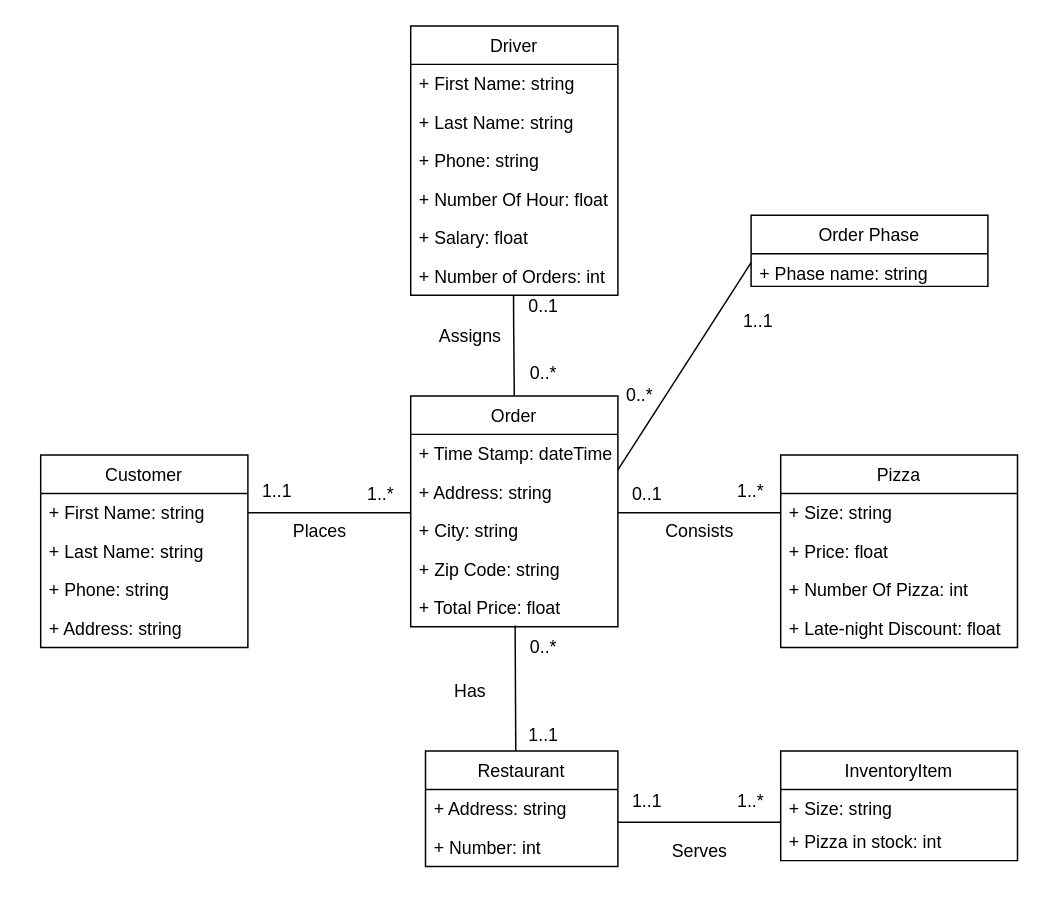
Earlier version of the draw.io diagram page "UML" (1 of 4) of Project01.drawio (thanhnguyen210299/CSULB-CECS-323). Source tidied: cells renumbered, new cells numbered last; positions are measured from the earlier drawing's top-left corner, leaving out a move shared by most shapes. Both pictures are drawn from the tidied source at 148%, with x=0, y=0 at pixel (40, 25).
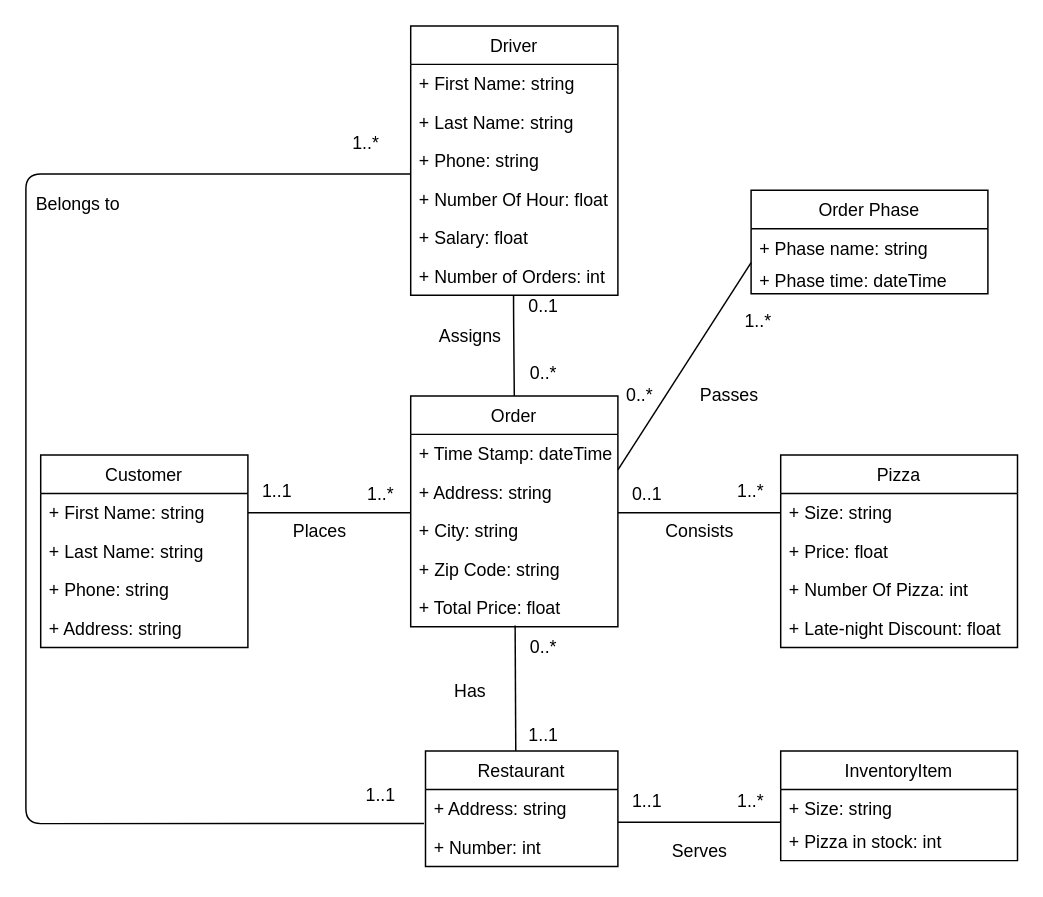
Above is the later version.

Unchanged cells that the change refers to:
```xml
<mxCell id="41" value="+ Number: int" style="text;strokeColor=none;fillColor=none;align=left;verticalAlign=top;spacingLeft=4;spacingRight=4;overflow=hidden;points=[[0,0.5],[1,0.5]];portConstraint=eastwest;" parent="39" vertex="1">
  <mxGeometry y="52" width="130" height="26" as="geometry" />
</mxCell>
```

The edit, as a diff of the source:
```diff
@@
     <mxCell id="52" value="Order Phase" style="swimlane;fontStyle=0;horizontal=1;startSize=26;fillColor=none;" parent="1" vertex="1">
-      <mxGeometry x="480" y="128" width="160" height="48" as="geometry" />
+      <mxGeometry x="480" y="111" width="160" height="70" as="geometry" />
     </mxCell>
@@
+    <mxCell id="56" value="+ Phase time: dateTime" style="text;strokeColor=none;fillColor=none;align=left;verticalAlign=top;spacingLeft=4;spacingRight=4;overflow=hidden;" parent="52" vertex="1">
+      <mxGeometry y="48" width="160" height="22" as="geometry" />
+    </mxCell>
@@
-    <mxCell id="55" value="1..1" style="text;html=1;strokeColor=none;fillColor=none;align=center;verticalAlign=middle;whiteSpace=wrap;rounded=0;" parent="1" vertex="1">
+    <mxCell id="55" value="1..*" style="text;html=1;strokeColor=none;fillColor=none;align=center;verticalAlign=middle;whiteSpace=wrap;rounded=0;" parent="1" vertex="1">
       <mxGeometry x="465" y="190" width="40" height="20" as="geometry" />
     </mxCell>
+    <mxCell id="57" value="Passes" style="text;html=1;align=center;verticalAlign=middle;strokeColor=none;fillColor=none;" parent="1" vertex="1">
+      <mxGeometry x="440" y="240" width="50" height="20" as="geometry" />
+    </mxCell>
+    <mxCell id="58" style="endArrow=none;html=1;exitX=-0.008;exitY=-0.12;exitDx=0;exitDy=0;exitPerimeter=0;" parent="1" edge="1" source="41">
+      <mxGeometry relative="1" as="geometry">
+        <mxPoint x="250" y="100" as="targetPoint" />
+        <Array as="points">
+          <mxPoint x="-10" y="539" />
+          <mxPoint x="-10" y="100" />
+        </Array>
+      </mxGeometry>
+    </mxCell>
+    <mxCell id="59" value="1..*" style="text;html=1;strokeColor=none;fillColor=none;align=center;verticalAlign=middle;whiteSpace=wrap;rounded=0;" parent="1" vertex="1">
+      <mxGeometry x="200" y="70" width="40" height="20" as="geometry" />
+    </mxCell>
+    <mxCell id="60" value="1..1" style="text;html=1;strokeColor=none;fillColor=none;align=center;verticalAlign=middle;whiteSpace=wrap;rounded=0;" parent="1" vertex="1">
+      <mxGeometry x="210" y="510" width="40" height="20" as="geometry" />
+    </mxCell>
+    <mxCell id="61" value="Belongs to" style="text;html=1;align=center;verticalAlign=middle;strokeColor=none;fillColor=none;" parent="1" vertex="1">
+      <mxGeometry x="-10" y="111" width="70" height="20" as="geometry" />
+    </mxCell>
```
